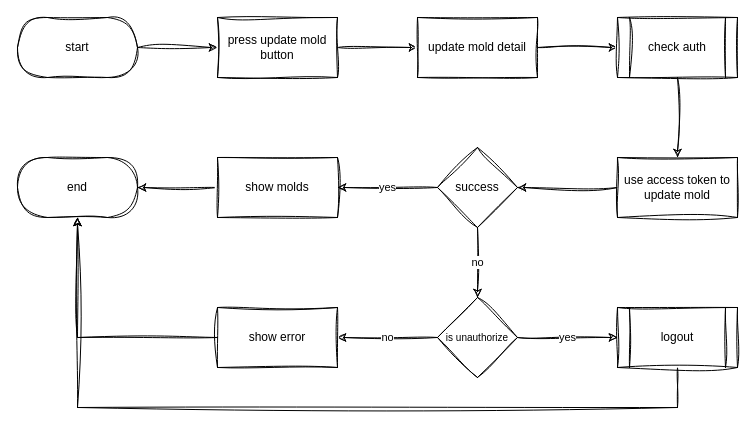
Above: page "update mold" (43 of 44) of docs/drawio/activity/activity_baseadmin.drawio in ssszZ-TH/party_fullstack_docker5 (draw.io), before the change. Source tidied: cells renumbered, new cells numbered last; positions are measured from the earlier drawing's top-left corner, leaving out a move shared by most shapes. Both pictures are drawn from the tidied source at 100%, with x=0, y=0 at pixel (17, 17).
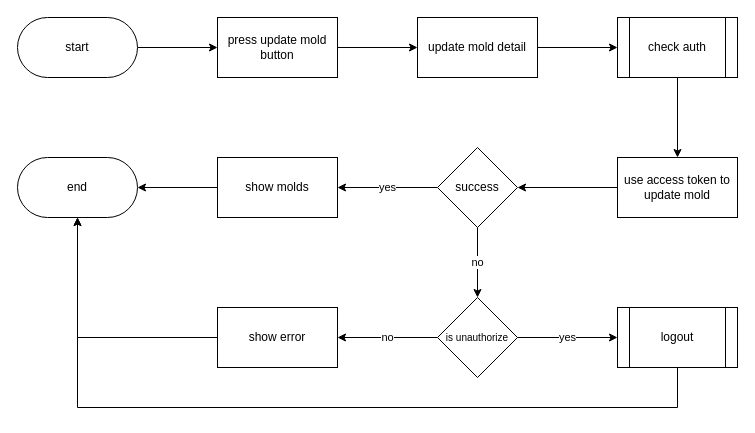
The same page after the edit.

Change to the diagram source:
```diff
@@
-    <mxCell id="2" style="edgeStyle=orthogonalEdgeStyle;rounded=0;jettySize=auto;html=1;sketch=1;curveFitting=1;jiggle=2;" parent="1" edge="1" source="3" target="6">
+    <mxCell id="2" style="edgeStyle=orthogonalEdgeStyle;rounded=0;jettySize=auto;html=1;" parent="1" edge="1" source="3" target="6">
       <mxGeometry relative="1" as="geometry" />
     </mxCell>
-    <mxCell id="3" value="start" style="rounded=1;whiteSpace=wrap;html=1;arcSize=50;sketch=1;curveFitting=1;jiggle=2;" parent="1" vertex="1">
+    <mxCell id="3" value="start" style="rounded=1;whiteSpace=wrap;html=1;arcSize=50;" parent="1" vertex="1">
       <mxGeometry width="120" height="60" as="geometry" />
     </mxCell>
-    <mxCell id="4" value="end" style="rounded=1;whiteSpace=wrap;html=1;arcSize=50;sketch=1;curveFitting=1;jiggle=2;" parent="1" vertex="1">
+    <mxCell id="4" value="end" style="rounded=1;whiteSpace=wrap;html=1;arcSize=50;" parent="1" vertex="1">
       <mxGeometry y="140" width="120" height="60" as="geometry" />
     </mxCell>
-    <mxCell id="5" style="edgeStyle=orthogonalEdgeStyle;rounded=0;jettySize=auto;html=1;sketch=1;curveFitting=1;jiggle=2;" parent="1" edge="1" source="6" target="8">
+    <mxCell id="5" style="edgeStyle=orthogonalEdgeStyle;rounded=0;jettySize=auto;html=1;" parent="1" edge="1" source="6" target="8">
       <mxGeometry relative="1" as="geometry" />
     </mxCell>
-    <mxCell id="6" value="press update mold button" style="whiteSpace=wrap;html=1;rounded=0;arcSize=50;sketch=1;curveFitting=1;jiggle=2;" parent="1" vertex="1">
+    <mxCell id="6" value="press update mold button" style="whiteSpace=wrap;html=1;rounded=0;arcSize=50;" parent="1" vertex="1">
       <mxGeometry x="200" width="120" height="60" as="geometry" />
     </mxCell>
-    <mxCell id="7" style="edgeStyle=orthogonalEdgeStyle;rounded=0;jettySize=auto;html=1;sketch=1;curveFitting=1;jiggle=2;" parent="1" edge="1" source="8" target="10">
+    <mxCell id="7" style="edgeStyle=orthogonalEdgeStyle;rounded=0;jettySize=auto;html=1;" parent="1" edge="1" source="8" target="10">
       <mxGeometry relative="1" as="geometry" />
     </mxCell>
-    <mxCell id="8" value="update mold detail" style="whiteSpace=wrap;html=1;rounded=0;arcSize=50;sketch=1;curveFitting=1;jiggle=2;" parent="1" vertex="1">
+    <mxCell id="8" value="update mold detail" style="whiteSpace=wrap;html=1;rounded=0;arcSize=50;" parent="1" vertex="1">
       <mxGeometry x="400" width="120" height="60" as="geometry" />
     </mxCell>
-    <mxCell id="9" style="edgeStyle=orthogonalEdgeStyle;rounded=0;jettySize=auto;html=1;sketch=1;curveFitting=1;jiggle=2;" parent="1" edge="1" source="10" target="12">
+    <mxCell id="9" style="edgeStyle=orthogonalEdgeStyle;rounded=0;jettySize=auto;html=1;" parent="1" edge="1" source="10" target="12">
       <mxGeometry relative="1" as="geometry" />
     </mxCell>
-    <mxCell id="10" value="check auth" style="shape=process;whiteSpace=wrap;html=1;backgroundOutline=1;sketch=1;curveFitting=1;jiggle=2;" parent="1" vertex="1">
+    <mxCell id="10" value="check auth" style="shape=process;whiteSpace=wrap;html=1;backgroundOutline=1;" parent="1" vertex="1">
       <mxGeometry x="600" width="120" height="60" as="geometry" />
     </mxCell>
-    <mxCell id="11" style="edgeStyle=orthogonalEdgeStyle;rounded=0;jettySize=auto;html=1;sketch=1;curveFitting=1;jiggle=2;" parent="1" edge="1" source="12" target="15">
+    <mxCell id="11" style="edgeStyle=orthogonalEdgeStyle;rounded=0;jettySize=auto;html=1;" parent="1" edge="1" source="12" target="15">
       <mxGeometry relative="1" as="geometry" />
     </mxCell>
-    <mxCell id="12" value="use access token to update mold" style="whiteSpace=wrap;html=1;sketch=1;curveFitting=1;jiggle=2;" parent="1" vertex="1">
+    <mxCell id="12" value="use access token to update mold" style="whiteSpace=wrap;html=1;" parent="1" vertex="1">
       <mxGeometry x="600" y="140" width="120" height="60" as="geometry" />
     </mxCell>
-    <mxCell id="13" value="yes" style="edgeStyle=orthogonalEdgeStyle;rounded=0;jettySize=auto;html=1;sketch=1;curveFitting=1;jiggle=2;" parent="1" edge="1" source="15" target="17">
+    <mxCell id="13" value="yes" style="edgeStyle=orthogonalEdgeStyle;rounded=0;jettySize=auto;html=1;" parent="1" edge="1" source="15" target="17">
       <mxGeometry relative="1" as="geometry" />
     </mxCell>
-    <mxCell id="14" value="no" style="edgeStyle=orthogonalEdgeStyle;rounded=0;jettySize=auto;html=1;sketch=1;curveFitting=1;jiggle=2;" parent="1" edge="1" source="15" target="20">
+    <mxCell id="14" value="no" style="edgeStyle=orthogonalEdgeStyle;rounded=0;jettySize=auto;html=1;" parent="1" edge="1" source="15" target="20">
       <mxGeometry relative="1" as="geometry" />
     </mxCell>
-    <mxCell id="15" value="success" style="rhombus;whiteSpace=wrap;html=1;sketch=1;curveFitting=1;jiggle=2;" parent="1" vertex="1">
+    <mxCell id="15" value="success" style="rhombus;whiteSpace=wrap;html=1;" parent="1" vertex="1">
       <mxGeometry x="420" y="130" width="80" height="80" as="geometry" />
     </mxCell>
-    <mxCell id="16" style="edgeStyle=orthogonalEdgeStyle;rounded=0;jettySize=auto;html=1;sketch=1;curveFitting=1;jiggle=2;" parent="1" edge="1" source="17" target="4">
+    <mxCell id="16" style="edgeStyle=orthogonalEdgeStyle;rounded=0;jettySize=auto;html=1;" parent="1" edge="1" source="17" target="4">
       <mxGeometry relative="1" as="geometry" />
     </mxCell>
-    <mxCell id="17" value="show molds" style="rounded=0;whiteSpace=wrap;html=1;sketch=1;curveFitting=1;jiggle=2;" parent="1" vertex="1">
+    <mxCell id="17" value="show molds" style="rounded=0;whiteSpace=wrap;html=1;" parent="1" vertex="1">
       <mxGeometry x="200" y="140" width="120" height="60" as="geometry" />
     </mxCell>
-    <mxCell id="18" value="no" style="edgeStyle=orthogonalEdgeStyle;rounded=0;jettySize=auto;html=1;sketch=1;curveFitting=1;jiggle=2;" parent="1" edge="1" source="20" target="24">
+    <mxCell id="18" value="no" style="edgeStyle=orthogonalEdgeStyle;rounded=0;jettySize=auto;html=1;" parent="1" edge="1" source="20" target="24">
       <mxGeometry relative="1" as="geometry" />
     </mxCell>
-    <mxCell id="19" value="yes" style="edgeStyle=orthogonalEdgeStyle;rounded=0;jettySize=auto;html=1;sketch=1;curveFitting=1;jiggle=2;" parent="1" edge="1" source="20" target="22">
+    <mxCell id="19" value="yes" style="edgeStyle=orthogonalEdgeStyle;rounded=0;jettySize=auto;html=1;" parent="1" edge="1" source="20" target="22">
       <mxGeometry relative="1" as="geometry" />
     </mxCell>
-    <mxCell id="20" value="&lt;font style=&quot;font-size: 10px;&quot;&gt;is unauthorize&lt;/font&gt;" style="rhombus;whiteSpace=wrap;html=1;sketch=1;curveFitting=1;jiggle=2;" parent="1" vertex="1">
+    <mxCell id="20" value="&lt;font style=&quot;font-size: 10px;&quot;&gt;is unauthorize&lt;/font&gt;" style="rhombus;whiteSpace=wrap;html=1;" parent="1" vertex="1">
       <mxGeometry x="420" y="280" width="80" height="80" as="geometry" />
     </mxCell>
-    <mxCell id="21" style="edgeStyle=orthogonalEdgeStyle;rounded=0;jettySize=auto;html=1;sketch=1;curveFitting=1;jiggle=2;" parent="1" edge="1" source="22" target="4">
+    <mxCell id="21" style="edgeStyle=orthogonalEdgeStyle;rounded=0;jettySize=auto;html=1;" parent="1" edge="1" source="22" target="4">
       <mxGeometry relative="1" as="geometry">
         <Array as="points">
           <mxPoint x="660" y="390" />
           <mxPoint x="60" y="390" />
         </Array>
       </mxGeometry>
     </mxCell>
-    <mxCell id="22" value="logout" style="shape=process;whiteSpace=wrap;html=1;backgroundOutline=1;sketch=1;curveFitting=1;jiggle=2;" parent="1" vertex="1">
+    <mxCell id="22" value="logout" style="shape=process;whiteSpace=wrap;html=1;backgroundOutline=1;" parent="1" vertex="1">
       <mxGeometry x="600" y="290" width="120" height="60" as="geometry" />
     </mxCell>
-    <mxCell id="23" style="edgeStyle=orthogonalEdgeStyle;rounded=0;jettySize=auto;html=1;sketch=1;curveFitting=1;jiggle=2;" parent="1" edge="1" source="24" target="4">
+    <mxCell id="23" style="edgeStyle=orthogonalEdgeStyle;rounded=0;jettySize=auto;html=1;" parent="1" edge="1" source="24" target="4">
       <mxGeometry relative="1" as="geometry" />
     </mxCell>
-    <mxCell id="24" value="show error" style="rounded=0;whiteSpace=wrap;html=1;sketch=1;curveFitting=1;jiggle=2;" parent="1" vertex="1">
+    <mxCell id="24" value="show error" style="rounded=0;whiteSpace=wrap;html=1;" parent="1" vertex="1">
       <mxGeometry x="200" y="290" width="120" height="60" as="geometry" />
     </mxCell>
```
